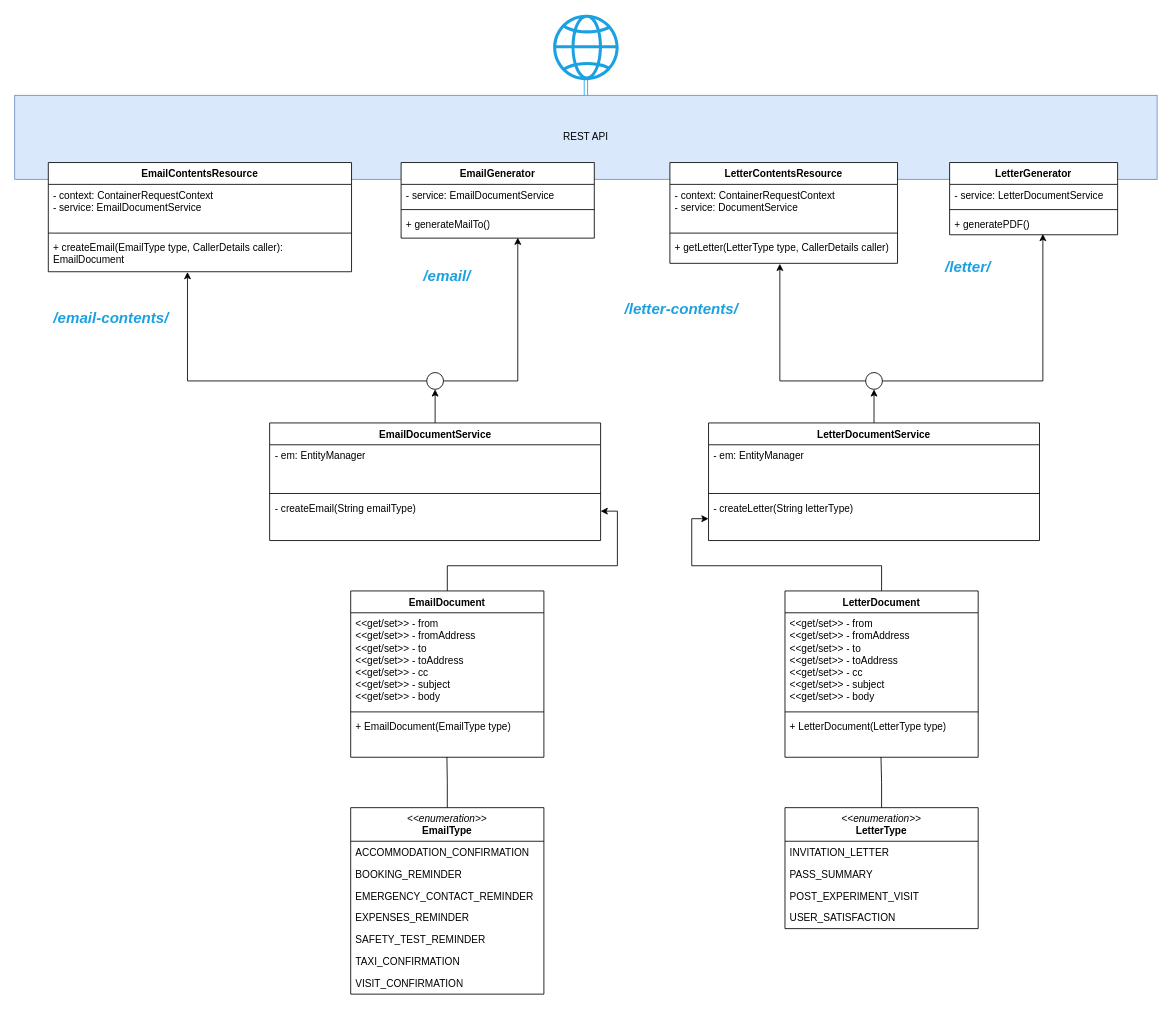
ambolt314/FinalProjectDesign keeps this draw.io diagram as Document generation class diagram.drawio. Above is the earlier version. Source tidied: cells renumbered, new cells numbered last; positions are measured from the earlier drawing's top-left corner, leaving out a move shared by most shapes. Both pictures are drawn from the tidied source at 84%, with x=0, y=0 at pixel (14, 14).
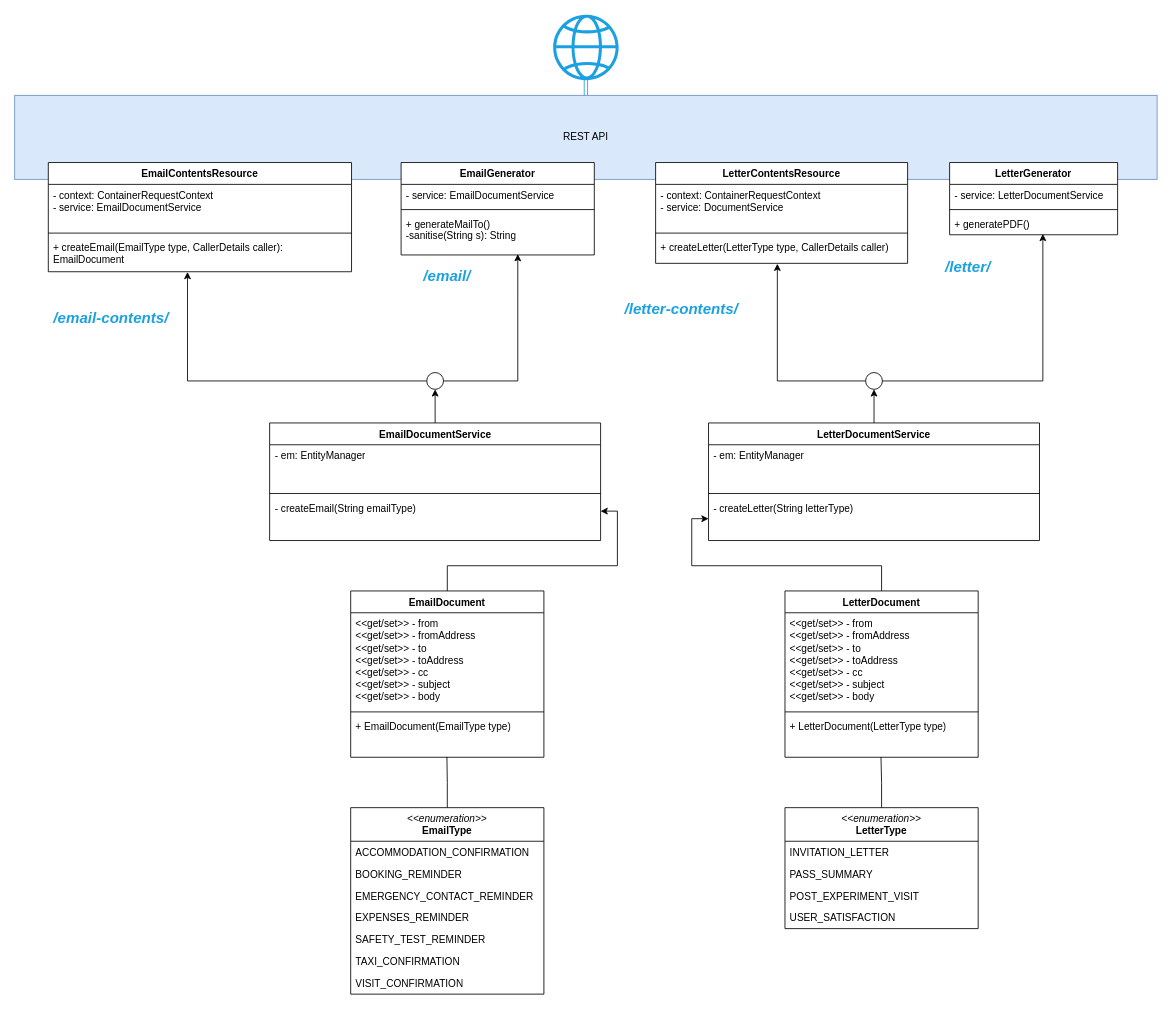
The same diagram, later.

Commit message:
Added sanitisation logic

Diff of the diagram source:
```diff
@@
     <mxCell id="40" value="LetterContentsResource" style="swimlane;fontStyle=1;align=center;verticalAlign=top;horizontal=1;startSize=26;whiteSpace=wrap;html=1;" parent="1" vertex="1">
-      <mxGeometry x="780" y="176" width="271" height="120" as="geometry" />
+      <mxGeometry x="763" y="176" width="300" height="120" as="geometry" />
     </mxCell>
     <mxCell id="41" value="&lt;div&gt;- context: ContainerRequestContext&lt;/div&gt;&lt;div&gt;- service: DocumentService&lt;br&gt;&lt;/div&gt;" style="text;strokeColor=none;fillColor=none;align=left;verticalAlign=top;spacingLeft=4;spacingRight=4;overflow=hidden;whiteSpace=wrap;html=1;" parent="40" vertex="1">
-      <mxGeometry y="26" width="271" height="54" as="geometry" />
+      <mxGeometry y="26" width="300" height="54" as="geometry" />
     </mxCell>
     <mxCell id="42" style="line;strokeWidth=1;fillColor=none;align=left;verticalAlign=middle;spacingTop=-1;spacingLeft=3;spacingRight=3;labelPosition=right;strokeColor=inherit;" parent="40" vertex="1">
-      <mxGeometry y="80" width="271" height="8" as="geometry" />
+      <mxGeometry y="80" width="300" height="8" as="geometry" />
     </mxCell>
-    <mxCell id="43" value="+ getLetter(LetterType type, CallerDetails caller)" style="text;strokeColor=none;fillColor=none;align=left;verticalAlign=top;spacingLeft=4;spacingRight=4;overflow=hidden;points=[[0,0.5],[1,0.5]];portConstraint=eastwest;whiteSpace=wrap;html=1;" parent="40" vertex="1">
-      <mxGeometry y="88" width="271" height="32" as="geometry" />
+    <mxCell id="43" value="+ createLetter(LetterType type, CallerDetails caller)" style="text;strokeColor=none;fillColor=none;align=left;verticalAlign=top;spacingLeft=4;spacingRight=4;overflow=hidden;points=[[0,0.5],[1,0.5]];portConstraint=eastwest;whiteSpace=wrap;html=1;" parent="40" vertex="1">
+      <mxGeometry y="88" width="300" height="32" as="geometry" />
     </mxCell>
@@
     <mxCell id="46" value="EmailGenerator" style="swimlane;fontStyle=1;align=center;verticalAlign=top;horizontal=1;startSize=26;whiteSpace=wrap;html=1;" parent="1" vertex="1">
-      <mxGeometry x="460" y="176" width="230" height="90" as="geometry" />
+      <mxGeometry x="460" y="176" width="230" height="110" as="geometry" />
     </mxCell>
@@
-    <mxCell id="49" value="&lt;div&gt;+ generateMailTo()&lt;/div&gt;" style="text;strokeColor=none;fillColor=none;align=left;verticalAlign=top;spacingLeft=4;spacingRight=4;overflow=hidden;points=[[0,0.5],[1,0.5]];portConstraint=eastwest;whiteSpace=wrap;html=1;" parent="46" vertex="1">
-      <mxGeometry y="60" width="230" height="30" as="geometry" />
+    <mxCell id="49" value="&lt;div&gt;+ generateMailTo()&lt;/div&gt;&lt;div&gt;-sanitise(String s): String&lt;br&gt;&lt;/div&gt;" style="text;strokeColor=none;fillColor=none;align=left;verticalAlign=top;spacingLeft=4;spacingRight=4;overflow=hidden;points=[[0,0.5],[1,0.5]];portConstraint=eastwest;whiteSpace=wrap;html=1;" parent="46" vertex="1">
+      <mxGeometry y="60" width="230" height="50" as="geometry" />
     </mxCell>
```
